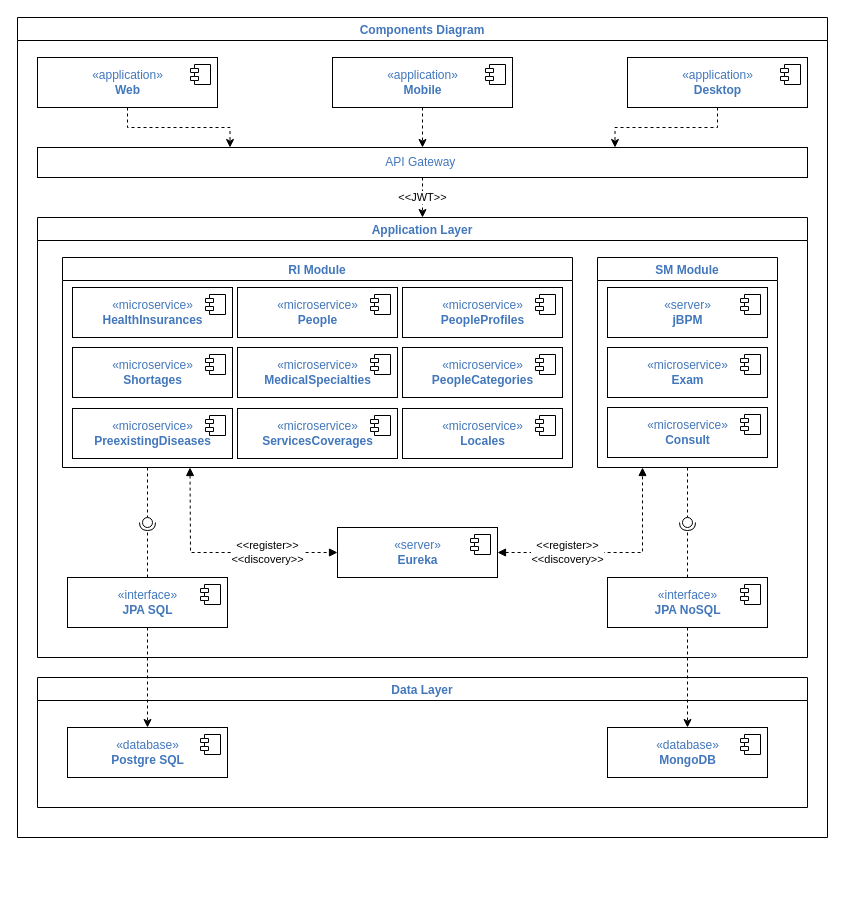
Earlier version of the draw.io diagram page "Components" (4 of 4) of Macroarquitetura.drawio (kikoluiss/tcc-puc). Source tidied: cells renumbered, new cells numbered last; positions are measured from the earlier drawing's top-left corner, leaving out a move shared by most shapes. Both pictures are drawn from the tidied source at 100%, with x=0, y=0 at pixel (17, 17).
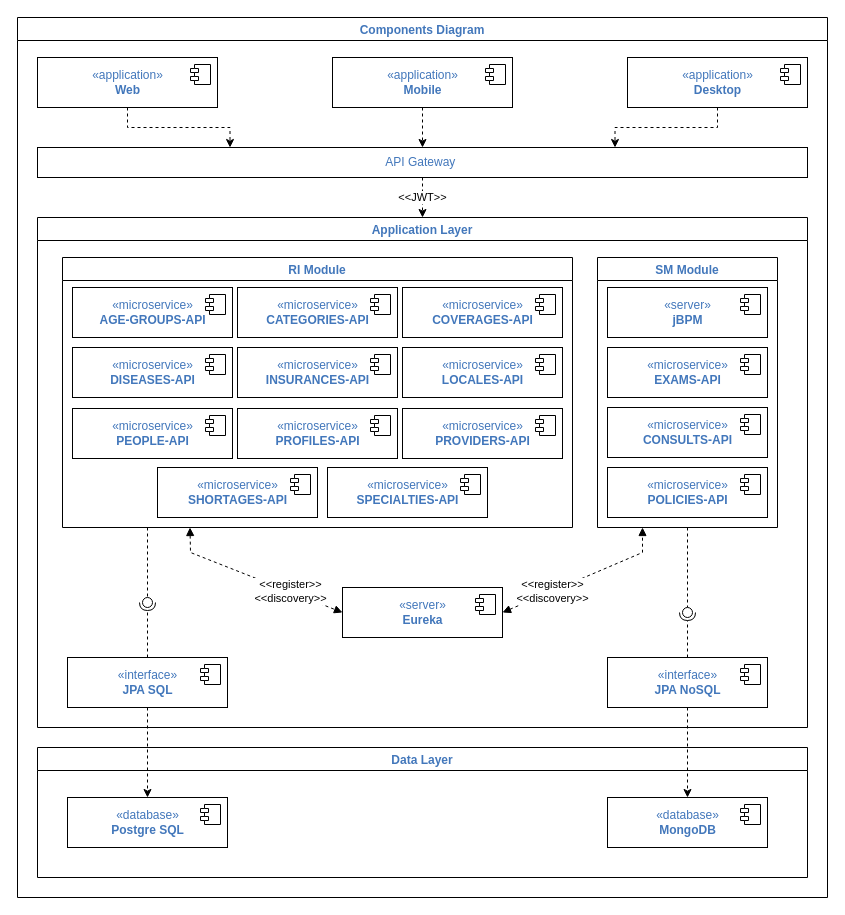
Above is the later version.

Change to the diagram source:
```diff
@@
     <mxCell id="2" value="Components Diagram" style="swimlane;fontColor=#4277BB;strokeWidth=1;gradientColor=none;" parent="1" vertex="1">
-      <mxGeometry width="810" height="820" as="geometry" />
+      <mxGeometry width="810" height="880" as="geometry" />
     </mxCell>
@@
     <mxCell id="14" value="Application Layer" style="swimlane;fontColor=#4277BB;strokeWidth=1;gradientColor=none;" parent="2" vertex="1">
-      <mxGeometry x="20" y="200" width="770" height="440" as="geometry" />
+      <mxGeometry x="20" y="200" width="770" height="510" as="geometry" />
     </mxCell>
     <mxCell id="15" value="«server»&lt;br&gt;&lt;span style=&quot;font-weight: bold&quot;&gt;Eureka&lt;/span&gt;" style="html=1;fontColor=#4277BB;strokeWidth=1;gradientColor=none;" parent="14" vertex="1">
-      <mxGeometry x="300" y="310" width="160" height="50" as="geometry" />
+      <mxGeometry x="305" y="370" width="160" height="50" as="geometry" />
     </mxCell>
@@
     <mxCell id="17" value="«interface»&lt;br&gt;&lt;span style=&quot;font-weight: bold&quot;&gt;JPA SQL&lt;/span&gt;" style="html=1;fontColor=#4277BB;strokeWidth=1;gradientColor=none;" parent="14" vertex="1">
-      <mxGeometry x="30" y="360" width="160" height="50" as="geometry" />
+      <mxGeometry x="30" y="440" width="160" height="50" as="geometry" />
     </mxCell>
@@
     <mxCell id="19" value="«interface»&lt;br&gt;&lt;span style=&quot;font-weight: bold&quot;&gt;JPA NoSQL&lt;/span&gt;" style="html=1;fontColor=#4277BB;strokeWidth=1;gradientColor=none;" parent="14" vertex="1">
-      <mxGeometry x="570" y="360" width="160" height="50" as="geometry" />
+      <mxGeometry x="570" y="440" width="160" height="50" as="geometry" />
     </mxCell>
@@
     <mxCell id="21" value="RI Module" style="swimlane;fontColor=#4277BB;strokeWidth=1;gradientColor=none;" parent="14" vertex="1">
-      <mxGeometry x="25" y="40" width="510" height="210" as="geometry" />
+      <mxGeometry x="25" y="40" width="510" height="270" as="geometry" />
     </mxCell>
-    <mxCell id="22" value="«microservice»&lt;br&gt;&lt;span style=&quot;font-weight: bold&quot;&gt;People&lt;/span&gt;" style="html=1;fontColor=#4277BB;strokeWidth=1;gradientColor=none;" parent="21" vertex="1">
+    <mxCell id="22" value="«microservice»&lt;br&gt;&lt;b&gt;CATEGORIES-API&lt;/b&gt;" style="html=1;fontColor=#4277BB;strokeWidth=1;gradientColor=none;" parent="21" vertex="1">
       <mxGeometry x="175" y="30" width="160" height="50" as="geometry" />
     </mxCell>
@@
-    <mxCell id="24" value="«microservice»&lt;br&gt;&lt;span style=&quot;font-weight: bold&quot;&gt;HealthInsurances&lt;/span&gt;" style="html=1;fontColor=#4277BB;strokeWidth=1;gradientColor=none;" parent="21" vertex="1">
+    <mxCell id="24" value="«microservice»&lt;br&gt;&lt;b&gt;AGE-GROUPS-API&lt;/b&gt;" style="html=1;fontColor=#4277BB;strokeWidth=1;gradientColor=none;" parent="21" vertex="1">
       <mxGeometry x="10" y="30" width="160" height="50" as="geometry" />
     </mxCell>
@@
-    <mxCell id="26" value="«microservice»&lt;br&gt;&lt;span style=&quot;font-weight: bold&quot;&gt;PeopleCategories&lt;/span&gt;" style="html=1;fontColor=#4277BB;strokeWidth=1;gradientColor=none;" parent="21" vertex="1">
+    <mxCell id="26" value="«microservice»&lt;br&gt;&lt;b&gt;LOCALES-API&lt;/b&gt;" style="html=1;fontColor=#4277BB;strokeWidth=1;gradientColor=none;" parent="21" vertex="1">
       <mxGeometry x="340" y="90" width="160" height="50" as="geometry" />
     </mxCell>
@@
-    <mxCell id="28" value="«microservice»&lt;br&gt;&lt;span style=&quot;font-weight: bold&quot;&gt;Shortages&lt;/span&gt;" style="html=1;fontColor=#4277BB;strokeWidth=1;gradientColor=none;" parent="21" vertex="1">
+    <mxCell id="28" value="«microservice»&lt;br&gt;&lt;b&gt;DISEASES-API&lt;/b&gt;" style="html=1;fontColor=#4277BB;strokeWidth=1;gradientColor=none;" parent="21" vertex="1">
       <mxGeometry x="10" y="90" width="160" height="50" as="geometry" />
     </mxCell>
@@
-    <mxCell id="30" value="«microservice»&lt;br&gt;&lt;span style=&quot;font-weight: bold&quot;&gt;ServicesCoverages&lt;/span&gt;" style="html=1;fontColor=#4277BB;strokeWidth=1;gradientColor=none;" parent="21" vertex="1">
+    <mxCell id="30" value="«microservice»&lt;br&gt;&lt;b&gt;PROFILES-API&lt;/b&gt;" style="html=1;fontColor=#4277BB;strokeWidth=1;gradientColor=none;" parent="21" vertex="1">
       <mxGeometry x="175" y="151" width="160" height="50" as="geometry" />
     </mxCell>
@@
-    <mxCell id="32" value="«microservice»&lt;br&gt;&lt;span style=&quot;font-weight: bold&quot;&gt;PreexistingDiseases&lt;/span&gt;" style="html=1;fontColor=#4277BB;strokeWidth=1;gradientColor=none;" parent="21" vertex="1">
+    <mxCell id="32" value="«microservice»&lt;br&gt;&lt;b&gt;PEOPLE-API&lt;/b&gt;" style="html=1;fontColor=#4277BB;strokeWidth=1;gradientColor=none;" parent="21" vertex="1">
       <mxGeometry x="10" y="151" width="160" height="50" as="geometry" />
     </mxCell>
@@
-    <mxCell id="34" value="«microservice»&lt;br&gt;&lt;span style=&quot;font-weight: bold&quot;&gt;MedicalSpecialties&lt;/span&gt;" style="html=1;fontColor=#4277BB;strokeWidth=1;gradientColor=none;" parent="21" vertex="1">
+    <mxCell id="34" value="«microservice»&lt;br&gt;&lt;b&gt;INSURANCES-API&lt;/b&gt;" style="html=1;fontColor=#4277BB;strokeWidth=1;gradientColor=none;" parent="21" vertex="1">
       <mxGeometry x="175" y="90" width="160" height="50" as="geometry" />
     </mxCell>
@@
-    <mxCell id="36" value="«microservice»&lt;br&gt;&lt;span style=&quot;font-weight: bold&quot;&gt;PeopleProfiles&lt;/span&gt;" style="html=1;fontColor=#4277BB;strokeWidth=1;gradientColor=none;" parent="21" vertex="1">
+    <mxCell id="36" value="«microservice»&lt;br&gt;&lt;b&gt;COVERAGES-API&lt;/b&gt;" style="html=1;fontColor=#4277BB;strokeWidth=1;gradientColor=none;" parent="21" vertex="1">
       <mxGeometry x="340" y="30" width="160" height="50" as="geometry" />
     </mxCell>
@@
-    <mxCell id="38" value="«microservice»&lt;br&gt;&lt;span style=&quot;font-weight: bold&quot;&gt;Locales&lt;/span&gt;" style="html=1;fontColor=#4277BB;strokeWidth=1;gradientColor=none;" parent="21" vertex="1">
+    <mxCell id="38" value="«microservice»&lt;br&gt;&lt;b&gt;PROVIDERS-API&lt;/b&gt;" style="html=1;fontColor=#4277BB;strokeWidth=1;gradientColor=none;" parent="21" vertex="1">
       <mxGeometry x="340" y="151" width="160" height="50" as="geometry" />
     </mxCell>
@@
+    <mxCell id="62" value="«microservice»&lt;br&gt;&lt;b&gt;SHORTAGES-API&lt;/b&gt;" style="html=1;fontColor=#4277BB;strokeWidth=1;gradientColor=none;" parent="21" vertex="1">
+      <mxGeometry x="95" y="210" width="160" height="50" as="geometry" />
+    </mxCell>
+    <mxCell id="63" style="shape=module;jettyWidth=8;jettyHeight=4;fontColor=#4277BB;strokeWidth=1;gradientColor=none;" parent="62" vertex="1">
+      <mxGeometry x="1" width="20" height="20" relative="1" as="geometry">
+        <mxPoint x="-27" y="7" as="offset" />
+      </mxGeometry>
+    </mxCell>
+    <mxCell id="64" value="«microservice»&lt;br&gt;&lt;b&gt;SPECIALTIES-API&lt;/b&gt;" style="html=1;fontColor=#4277BB;strokeWidth=1;gradientColor=none;" parent="21" vertex="1">
+      <mxGeometry x="265" y="210" width="160" height="50" as="geometry" />
+    </mxCell>
+    <mxCell id="65" style="shape=module;jettyWidth=8;jettyHeight=4;fontColor=#4277BB;strokeWidth=1;gradientColor=none;" parent="64" vertex="1">
+      <mxGeometry x="1" width="20" height="20" relative="1" as="geometry">
+        <mxPoint x="-27" y="7" as="offset" />
+      </mxGeometry>
+    </mxCell>
     <mxCell id="40" value="SM Module" style="swimlane;fontColor=#4277BB;strokeWidth=1;gradientColor=none;" parent="14" vertex="1">
-      <mxGeometry x="560" y="40" width="180" height="210" as="geometry" />
+      <mxGeometry x="560" y="40" width="180" height="270" as="geometry" />
     </mxCell>
-    <mxCell id="41" value="«microservice»&lt;br&gt;&lt;span style=&quot;font-weight: bold&quot;&gt;Exam&lt;/span&gt;" style="html=1;fontColor=#4277BB;strokeWidth=1;gradientColor=none;" parent="40" vertex="1">
+    <mxCell id="41" value="«microservice»&lt;br&gt;&lt;b&gt;EXAMS-API&lt;/b&gt;" style="html=1;fontColor=#4277BB;strokeWidth=1;gradientColor=none;" parent="40" vertex="1">
       <mxGeometry x="10" y="90" width="160" height="50" as="geometry" />
     </mxCell>
@@
-    <mxCell id="43" value="«microservice»&lt;br&gt;&lt;span style=&quot;font-weight: bold&quot;&gt;Consult&lt;/span&gt;" style="html=1;fontColor=#4277BB;strokeWidth=1;gradientColor=none;" parent="40" vertex="1">
+    <mxCell id="43" value="«microservice»&lt;br&gt;&lt;b&gt;CONSULTS-API&lt;/b&gt;" style="html=1;fontColor=#4277BB;strokeWidth=1;gradientColor=none;" parent="40" vertex="1">
       <mxGeometry x="10" y="150" width="160" height="50" as="geometry" />
     </mxCell>
@@
+    <mxCell id="66" value="«microservice»&lt;br&gt;&lt;b&gt;POLICIES-API&lt;/b&gt;" style="html=1;fontColor=#4277BB;strokeWidth=1;gradientColor=none;" parent="40" vertex="1">
+      <mxGeometry x="10" y="210" width="160" height="50" as="geometry" />
+    </mxCell>
+    <mxCell id="67" style="shape=module;jettyWidth=8;jettyHeight=4;fontColor=#4277BB;strokeWidth=1;gradientColor=none;" parent="66" vertex="1">
+      <mxGeometry x="1" width="20" height="20" relative="1" as="geometry">
+        <mxPoint x="-27" y="7" as="offset" />
+      </mxGeometry>
+    </mxCell>
     <mxCell id="47" style="rounded=0;jettySize=auto;html=1;endArrow=none;endFill=0;sketch=0;sourcePerimeterSpacing=0;targetPerimeterSpacing=0;dashed=1;" parent="14" edge="1" target="49">
       <mxGeometry relative="1" as="geometry">
-        <mxPoint x="110" y="250" as="sourcePoint" />
+        <mxPoint x="110" y="310" as="sourcePoint" />
       </mxGeometry>
     </mxCell>
@@
     <mxCell id="49" style="ellipse;whiteSpace=wrap;html=1;align=center;points=[];outlineConnect=0;sketch=0;" parent="14" vertex="1">
-      <mxGeometry x="105" y="300" width="10" height="10" as="geometry" />
+      <mxGeometry x="105" y="380" width="10" height="10" as="geometry" />
     </mxCell>
@@
     <mxCell id="52" style="ellipse;whiteSpace=wrap;html=1;align=center;points=[];outlineConnect=0;sketch=0;" parent="14" vertex="1">
-      <mxGeometry x="645" y="300" width="10" height="10" as="geometry" />
+      <mxGeometry x="645" y="390" width="10" height="10" as="geometry" />
     </mxCell>
@@
     <mxCell id="55" value="Data Layer" style="swimlane;fontColor=#4277BB;strokeWidth=1;gradientColor=none;" parent="2" vertex="1">
-      <mxGeometry x="20" y="660" width="770" height="130" as="geometry" />
+      <mxGeometry x="20" y="730" width="770" height="130" as="geometry" />
     </mxCell>
```
